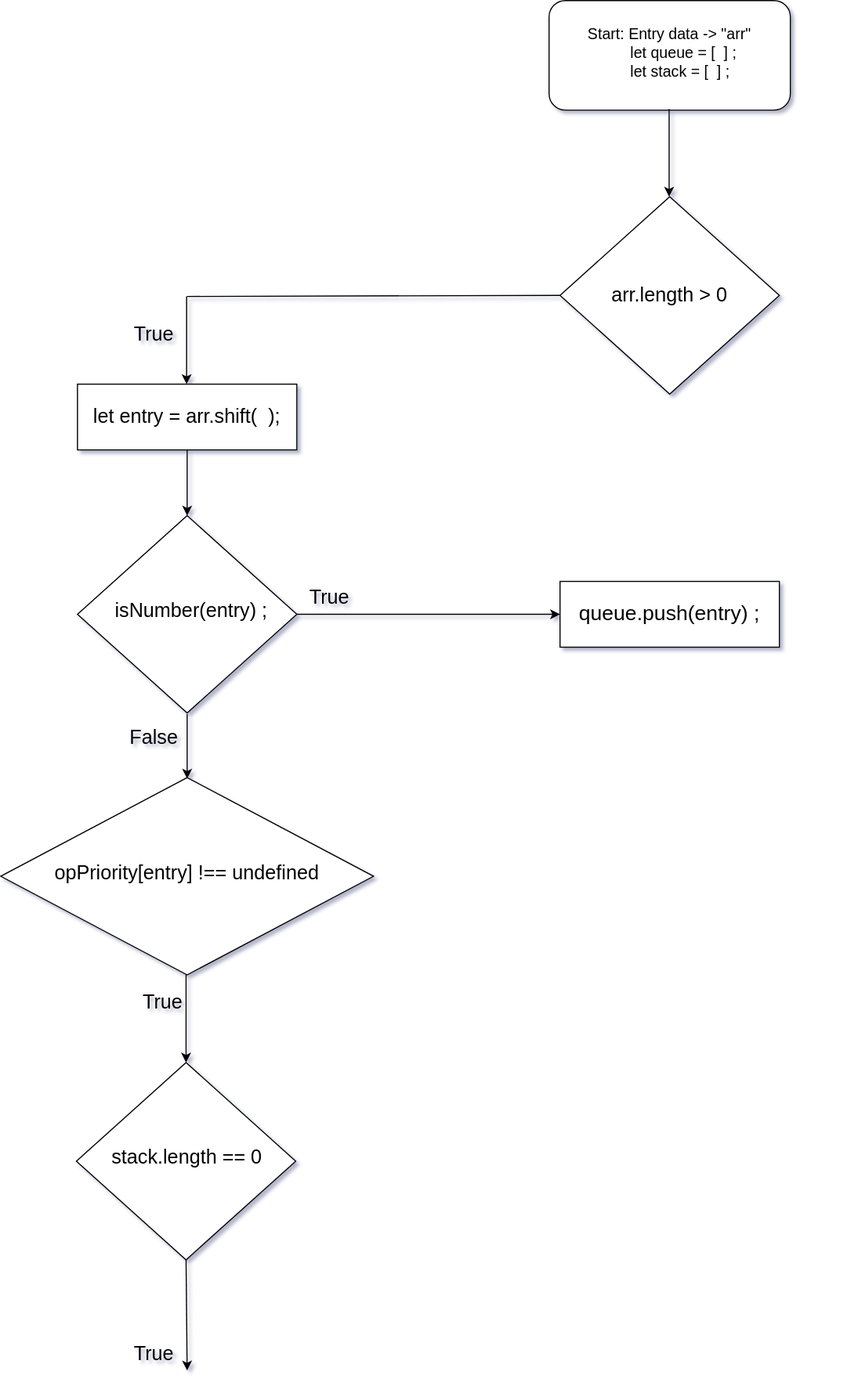
This is Untitled Diagram.drawio.svg from jcgm3205/jcgm3205, a draw.io export, as it was before one commit. Source tidied: cells renumbered, new cells last; positions are measured from the earlier drawing's top-left corner, leaving out a move shared by most shapes.
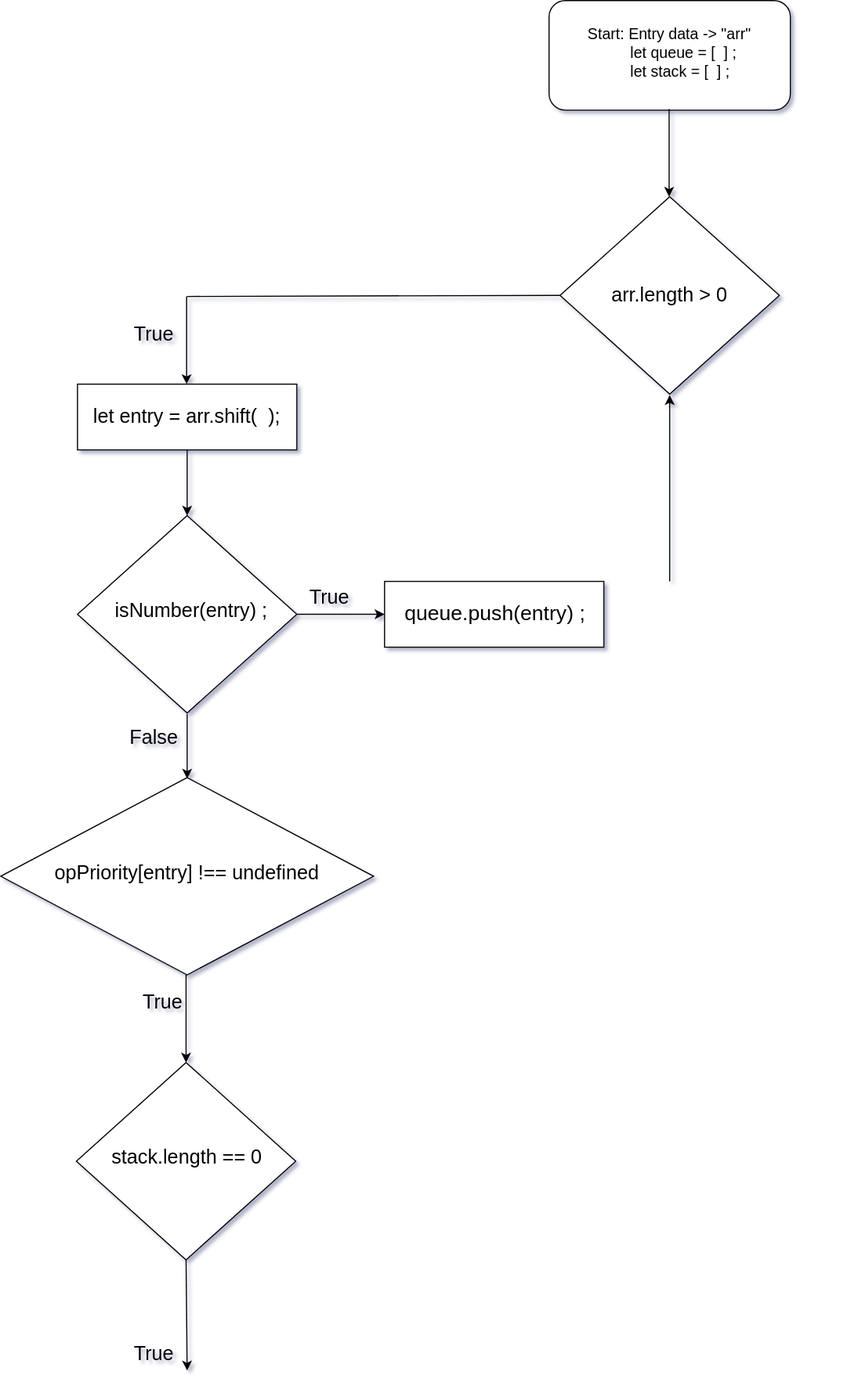
The same diagram one commit later.

What changed in the source:
```diff
@@ -88,19 +88,26 @@
         <mxPoint x="170" y="470" as="targetPoint" />
       </mxGeometry>
     </mxCell>
-    <mxCell id="25" style="endArrow=classic;html=1;rounded=0;entryX=0;entryY=0.5;entryDx=0;entryDy=0;" parent="1" edge="1" target="28">
+    <mxCell id="25" style="endArrow=classic;html=1;rounded=0;" parent="1" edge="1">
       <mxGeometry relative="1" as="geometry">
         <mxPoint x="270" y="560" as="sourcePoint" />
+        <mxPoint x="350" y="560" as="targetPoint" />
       </mxGeometry>
     </mxCell>
     <mxCell id="26" value="True" style="text;html=1;strokeColor=none;fillColor=none;align=center;verticalAlign=middle;whiteSpace=wrap;rounded=0;fontSize=18;" parent="1" vertex="1">
       <mxGeometry x="270" y="530" width="60" height="30" as="geometry" />
     </mxCell>
     <mxCell id="27" style="rounded=0;whiteSpace=wrap;html=1;" parent="1" vertex="1">
-      <mxGeometry x="510" y="530" width="200" height="60" as="geometry" />
+      <mxGeometry x="350" y="530" width="200" height="60" as="geometry" />
     </mxCell>
     <mxCell id="28" value="&lt;font style=&quot;font-size: 19px&quot;&gt;queue.push(entry) ;&lt;/font&gt;" style="text;html=1;strokeColor=none;fillColor=none;align=center;verticalAlign=middle;whiteSpace=wrap;rounded=0;" parent="1" vertex="1">
-      <mxGeometry x="510" y="530" width="200" height="60" as="geometry" />
+      <mxGeometry x="351" y="530" width="200" height="60" as="geometry" />
     </mxCell>
+    <mxCell id="29" style="endArrow=classic;html=1;rounded=0;fontSize=19;" parent="1" edge="1">
+      <mxGeometry relative="1" as="geometry">
+        <mxPoint x="610" y="530" as="sourcePoint" />
+        <mxPoint x="610" y="360" as="targetPoint" />
+      </mxGeometry>
+    </mxCell>
   </root>
 </mxGraphModel>
```
